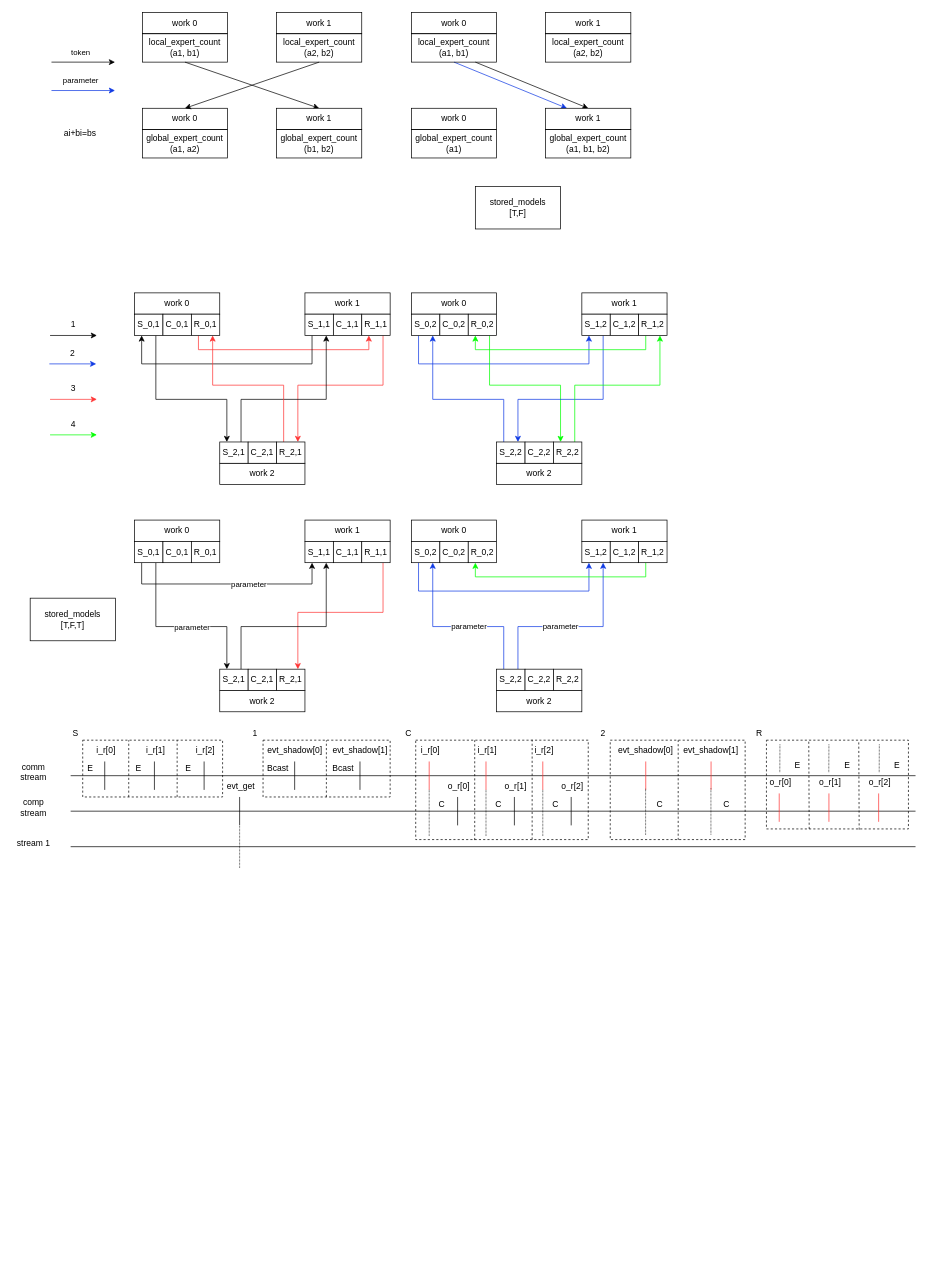
htliang25/picture keeps this draw.io diagram as page "第 3 页" (3 of 3) of Untitled Diagram.drawio. Above is the earlier version. Source tidied: cells renumbered, new cells numbered last; positions are measured from the earlier drawing's top-left corner, leaving out a move shared by most shapes. Both pictures are drawn from the tidied source at 71%, with x=0, y=0 at pixel (12, 12).
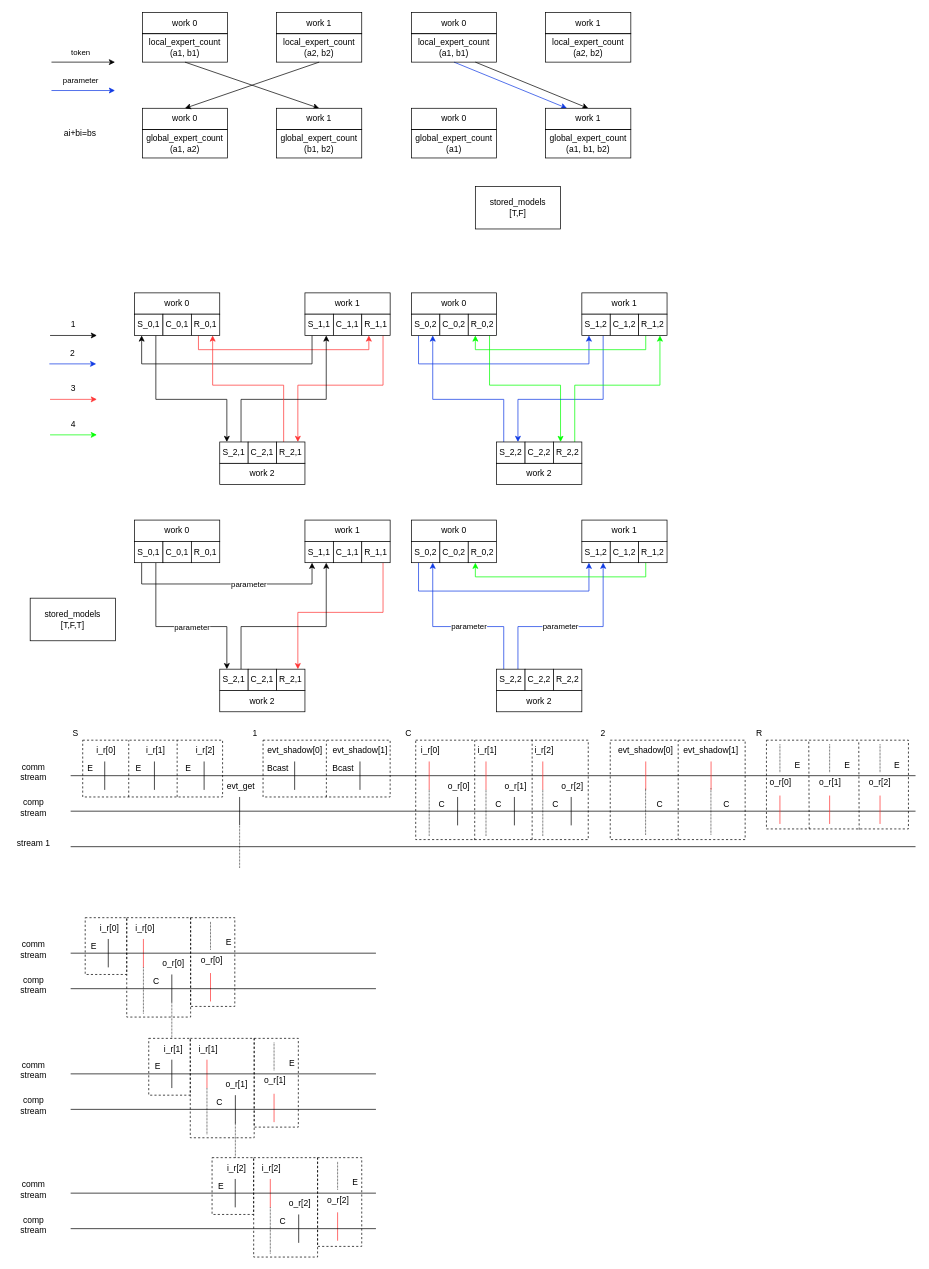
Above is the later version.

What changed in the source:
```diff
@@
+    <mxCell id="188" style="rounded=0;whiteSpace=wrap;html=1;labelBackgroundColor=none;fillColor=none;dashed=1;" parent="1" vertex="1">
+      <mxGeometry x="250.5" y="1445" width="90" height="140" as="geometry" />
+    </mxCell>
+    <mxCell id="189" style="rounded=0;whiteSpace=wrap;html=1;labelBackgroundColor=none;fillColor=none;dashed=1;" parent="1" vertex="1">
+      <mxGeometry x="192" y="1445" width="58.5" height="80" as="geometry" />
+    </mxCell>
+    <mxCell id="178" style="rounded=0;whiteSpace=wrap;html=1;labelBackgroundColor=none;fillColor=none;dashed=1;" parent="1" vertex="1">
+      <mxGeometry x="1062" y="1025" width="200" height="125" as="geometry" />
+    </mxCell>
+    <mxCell id="172" style="rounded=0;whiteSpace=wrap;html=1;labelBackgroundColor=none;fillColor=none;dashed=1;" parent="1" vertex="1">
+      <mxGeometry x="568" y="1025" width="243" height="140" as="geometry" />
+    </mxCell>
+    <mxCell id="170" style="rounded=0;whiteSpace=wrap;html=1;labelBackgroundColor=none;fillColor=none;dashed=1;" parent="1" vertex="1">
+      <mxGeometry x="99" y="1025" width="197" height="80" as="geometry" />
+    </mxCell>
@@
     <mxCell id="135" style="endArrow=none;html=1;rounded=0;strokeColor=#FF3333;" parent="1" edge="1">
       <mxGeometry relative="1" as="geometry">
-        <mxPoint x="1080" y="1140" as="sourcePoint" />
-        <mxPoint x="1080" y="1100" as="targetPoint" />
+        <mxPoint x="1081" y="1143" as="sourcePoint" />
+        <mxPoint x="1081" y="1103" as="targetPoint" />
       </mxGeometry>
     </mxCell>
@@
     <mxCell id="137" style="endArrow=none;html=1;rounded=0;strokeColor=#FF3333;" parent="1" edge="1">
       <mxGeometry relative="1" as="geometry">
-        <mxPoint x="1150" y="1140" as="sourcePoint" />
-        <mxPoint x="1150" y="1100" as="targetPoint" />
+        <mxPoint x="1151" y="1143" as="sourcePoint" />
+        <mxPoint x="1151" y="1103" as="targetPoint" />
       </mxGeometry>
     </mxCell>
@@
     <mxCell id="139" style="endArrow=none;html=1;rounded=0;strokeColor=#FF3333;" parent="1" edge="1">
       <mxGeometry relative="1" as="geometry">
-        <mxPoint x="1220" y="1140" as="sourcePoint" />
-        <mxPoint x="1220" y="1100" as="targetPoint" />
+        <mxPoint x="1222" y="1143" as="sourcePoint" />
+        <mxPoint x="1222" y="1103" as="targetPoint" />
       </mxGeometry>
     </mxCell>
@@
     <mxCell id="143" style="endArrow=none;dashed=1;html=1;rounded=0;strokeColor=#000000;dashPattern=1 1;" parent="1" edge="1">
       <mxGeometry relative="1" as="geometry">
-        <mxPoint x="1080.8" y="1070" as="sourcePoint" />
+        <mxPoint x="1081" y="1070" as="sourcePoint" />
         <mxPoint x="1081" y="1030" as="targetPoint" />
       </mxGeometry>
     </mxCell>
     <mxCell id="144" style="endArrow=none;dashed=1;html=1;rounded=0;strokeColor=#000000;dashPattern=1 1;" parent="1" edge="1">
       <mxGeometry relative="1" as="geometry">
-        <mxPoint x="1149.8" y="1070" as="sourcePoint" />
-        <mxPoint x="1150" y="1030" as="targetPoint" />
+        <mxPoint x="1151" y="1070" as="sourcePoint" />
+        <mxPoint x="1151" y="1030" as="targetPoint" />
       </mxGeometry>
     </mxCell>
     <mxCell id="145" style="endArrow=none;dashed=1;html=1;rounded=0;strokeColor=#000000;dashPattern=1 1;" parent="1" edge="1">
       <mxGeometry relative="1" as="geometry">
-        <mxPoint x="1220.8" y="1070" as="sourcePoint" />
-        <mxPoint x="1221" y="1030" as="targetPoint" />
+        <mxPoint x="1222" y="1070" as="sourcePoint" />
+        <mxPoint x="1222" y="1030" as="targetPoint" />
       </mxGeometry>
     </mxCell>
@@
-    <mxCell id="170" style="rounded=0;whiteSpace=wrap;html=1;labelBackgroundColor=none;fillColor=none;dashed=1;" parent="1" vertex="1">
-      <mxGeometry x="99" y="1025" width="197" height="80" as="geometry" />
-    </mxCell>
@@
-    <mxCell id="172" style="rounded=0;whiteSpace=wrap;html=1;labelBackgroundColor=none;fillColor=none;dashed=1;" parent="1" vertex="1">
-      <mxGeometry x="568" y="1025" width="243" height="140" as="geometry" />
-    </mxCell>
@@
-    <mxCell id="178" style="rounded=0;whiteSpace=wrap;html=1;labelBackgroundColor=none;fillColor=none;dashed=1;" parent="1" vertex="1">
-      <mxGeometry x="1062" y="1025" width="200" height="125" as="geometry" />
-    </mxCell>
@@
+    <mxCell id="190" style="endArrow=none;html=1;rounded=0;strokeColor=#000000;" parent="1" edge="1">
+      <mxGeometry relative="1" as="geometry">
+        <mxPoint x="224.5" y="1515" as="sourcePoint" />
+        <mxPoint x="224.5" y="1475" as="targetPoint" />
+      </mxGeometry>
+    </mxCell>
+    <mxCell id="191" value="i_r[1]" style="text;html=1;strokeColor=none;fillColor=none;align=center;verticalAlign=middle;whiteSpace=wrap;rounded=0;labelBackgroundColor=none;" parent="1" vertex="1">
+      <mxGeometry x="196.5" y="1445" width="60" height="30" as="geometry" />
+    </mxCell>
+    <mxCell id="192" value="E" style="text;html=1;strokeColor=none;fillColor=none;align=center;verticalAlign=middle;whiteSpace=wrap;rounded=0;labelBackgroundColor=none;" parent="1" vertex="1">
+      <mxGeometry x="198.5" y="1475" width="12" height="20" as="geometry" />
+    </mxCell>
+    <mxCell id="193" style="endArrow=none;html=1;rounded=0;strokeColor=#000000;" parent="1" edge="1">
+      <mxGeometry relative="1" as="geometry">
+        <mxPoint x="314" y="1565" as="sourcePoint" />
+        <mxPoint x="314" y="1525" as="targetPoint" />
+      </mxGeometry>
+    </mxCell>
+    <mxCell id="194" value="o_r[1]" style="text;html=1;strokeColor=none;fillColor=none;align=center;verticalAlign=middle;whiteSpace=wrap;rounded=0;labelBackgroundColor=none;" parent="1" vertex="1">
+      <mxGeometry x="286" y="1495" width="60" height="30" as="geometry" />
+    </mxCell>
+    <mxCell id="195" style="endArrow=none;html=1;rounded=0;strokeColor=#FF3333;" parent="1" edge="1">
+      <mxGeometry relative="1" as="geometry">
+        <mxPoint x="274" y="1515" as="sourcePoint" />
+        <mxPoint x="274" y="1475" as="targetPoint" />
+      </mxGeometry>
+    </mxCell>
+    <mxCell id="196" value="i_r[1]" style="text;html=1;strokeColor=none;fillColor=none;align=center;verticalAlign=middle;whiteSpace=wrap;rounded=0;labelBackgroundColor=none;" parent="1" vertex="1">
+      <mxGeometry x="246" y="1445" width="60" height="30" as="geometry" />
+    </mxCell>
+    <mxCell id="197" value="C" style="text;html=1;strokeColor=none;fillColor=none;align=center;verticalAlign=middle;whiteSpace=wrap;rounded=0;labelBackgroundColor=none;" parent="1" vertex="1">
+      <mxGeometry x="286" y="1525" width="12" height="20" as="geometry" />
+    </mxCell>
+    <mxCell id="198" style="endArrow=none;dashed=1;html=1;rounded=0;strokeColor=#000000;dashPattern=1 1;" parent="1" edge="1">
+      <mxGeometry relative="1" as="geometry">
+        <mxPoint x="274" y="1580" as="sourcePoint" />
+        <mxPoint x="274" y="1515" as="targetPoint" />
+      </mxGeometry>
+    </mxCell>
+    <mxCell id="199" style="rounded=0;whiteSpace=wrap;html=1;labelBackgroundColor=none;fillColor=none;dashed=1;" parent="1" vertex="1">
+      <mxGeometry x="340.5" y="1445" width="62.2" height="125" as="geometry" />
+    </mxCell>
+    <mxCell id="200" style="endArrow=none;html=1;rounded=0;strokeColor=#FF3333;" parent="1" edge="1">
+      <mxGeometry relative="1" as="geometry">
+        <mxPoint x="368.5" y="1563" as="sourcePoint" />
+        <mxPoint x="368.5" y="1523" as="targetPoint" />
+      </mxGeometry>
+    </mxCell>
+    <mxCell id="201" value="o_r[1]" style="text;html=1;strokeColor=none;fillColor=none;align=center;verticalAlign=middle;whiteSpace=wrap;rounded=0;labelBackgroundColor=none;" parent="1" vertex="1">
+      <mxGeometry x="340" y="1490" width="60" height="30" as="geometry" />
+    </mxCell>
+    <mxCell id="202" style="endArrow=none;dashed=1;html=1;rounded=0;strokeColor=#000000;dashPattern=1 1;" parent="1" edge="1">
+      <mxGeometry relative="1" as="geometry">
+        <mxPoint x="368.5" y="1490" as="sourcePoint" />
+        <mxPoint x="368.5" y="1450" as="targetPoint" />
+      </mxGeometry>
+    </mxCell>
+    <mxCell id="203" value="E" style="text;html=1;strokeColor=none;fillColor=none;align=center;verticalAlign=middle;whiteSpace=wrap;rounded=0;labelBackgroundColor=none;" parent="1" vertex="1">
+      <mxGeometry x="388" y="1470" width="12" height="20" as="geometry" />
+    </mxCell>
+    <mxCell id="204" style="rounded=0;whiteSpace=wrap;html=1;labelBackgroundColor=none;fillColor=none;dashed=1;" parent="1" vertex="1">
+      <mxGeometry x="161" y="1275" width="90" height="140" as="geometry" />
+    </mxCell>
+    <mxCell id="205" style="rounded=0;whiteSpace=wrap;html=1;labelBackgroundColor=none;fillColor=none;dashed=1;" parent="1" vertex="1">
+      <mxGeometry x="102.5" y="1275" width="58.5" height="80" as="geometry" />
+    </mxCell>
+    <mxCell id="206" style="endArrow=none;html=1;rounded=0;strokeColor=#000000;" parent="1" edge="1">
+      <mxGeometry relative="1" as="geometry">
+        <mxPoint x="135" y="1345" as="sourcePoint" />
+        <mxPoint x="135" y="1305" as="targetPoint" />
+      </mxGeometry>
+    </mxCell>
+    <mxCell id="207" value="i_r[0]" style="text;html=1;strokeColor=none;fillColor=none;align=center;verticalAlign=middle;whiteSpace=wrap;rounded=0;labelBackgroundColor=none;" parent="1" vertex="1">
+      <mxGeometry x="107" y="1275" width="60" height="30" as="geometry" />
+    </mxCell>
+    <mxCell id="208" value="E" style="text;html=1;strokeColor=none;fillColor=none;align=center;verticalAlign=middle;whiteSpace=wrap;rounded=0;labelBackgroundColor=none;" parent="1" vertex="1">
+      <mxGeometry x="109" y="1305" width="12" height="20" as="geometry" />
+    </mxCell>
+    <mxCell id="209" style="endArrow=none;html=1;rounded=0;strokeColor=#000000;" parent="1" edge="1">
+      <mxGeometry relative="1" as="geometry">
+        <mxPoint x="224.5" y="1395" as="sourcePoint" />
+        <mxPoint x="224.5" y="1355" as="targetPoint" />
+      </mxGeometry>
+    </mxCell>
+    <mxCell id="210" value="o_r[0]" style="text;html=1;strokeColor=none;fillColor=none;align=center;verticalAlign=middle;whiteSpace=wrap;rounded=0;labelBackgroundColor=none;" parent="1" vertex="1">
+      <mxGeometry x="196.5" y="1325" width="60" height="30" as="geometry" />
+    </mxCell>
+    <mxCell id="211" style="endArrow=none;html=1;rounded=0;strokeColor=#FF3333;" parent="1" edge="1">
+      <mxGeometry relative="1" as="geometry">
+        <mxPoint x="184.5" y="1345" as="sourcePoint" />
+        <mxPoint x="184.5" y="1305" as="targetPoint" />
+      </mxGeometry>
+    </mxCell>
+    <mxCell id="212" value="i_r[0]" style="text;html=1;strokeColor=none;fillColor=none;align=center;verticalAlign=middle;whiteSpace=wrap;rounded=0;labelBackgroundColor=none;" parent="1" vertex="1">
+      <mxGeometry x="156.5" y="1275" width="60" height="30" as="geometry" />
+    </mxCell>
+    <mxCell id="213" value="C" style="text;html=1;strokeColor=none;fillColor=none;align=center;verticalAlign=middle;whiteSpace=wrap;rounded=0;labelBackgroundColor=none;" parent="1" vertex="1">
+      <mxGeometry x="196.5" y="1355" width="12" height="20" as="geometry" />
+    </mxCell>
+    <mxCell id="214" style="endArrow=none;dashed=1;html=1;rounded=0;strokeColor=#000000;dashPattern=1 1;" parent="1" edge="1">
+      <mxGeometry relative="1" as="geometry">
+        <mxPoint x="184.5" y="1410" as="sourcePoint" />
+        <mxPoint x="184.5" y="1345" as="targetPoint" />
+      </mxGeometry>
+    </mxCell>
+    <mxCell id="215" style="rounded=0;whiteSpace=wrap;html=1;labelBackgroundColor=none;fillColor=none;dashed=1;" parent="1" vertex="1">
+      <mxGeometry x="251" y="1275" width="62.2" height="125" as="geometry" />
+    </mxCell>
+    <mxCell id="216" style="endArrow=none;html=1;rounded=0;strokeColor=#FF3333;" parent="1" edge="1">
+      <mxGeometry relative="1" as="geometry">
+        <mxPoint x="279" y="1393" as="sourcePoint" />
+        <mxPoint x="279" y="1353" as="targetPoint" />
+      </mxGeometry>
+    </mxCell>
+    <mxCell id="217" value="o_r[0]" style="text;html=1;strokeColor=none;fillColor=none;align=center;verticalAlign=middle;whiteSpace=wrap;rounded=0;labelBackgroundColor=none;" parent="1" vertex="1">
+      <mxGeometry x="250.5" y="1320" width="60" height="30" as="geometry" />
+    </mxCell>
+    <mxCell id="218" style="endArrow=none;dashed=1;html=1;rounded=0;strokeColor=#000000;dashPattern=1 1;" parent="1" edge="1">
+      <mxGeometry relative="1" as="geometry">
+        <mxPoint x="279" y="1320" as="sourcePoint" />
+        <mxPoint x="279" y="1280" as="targetPoint" />
+      </mxGeometry>
+    </mxCell>
+    <mxCell id="219" value="E" style="text;html=1;strokeColor=none;fillColor=none;align=center;verticalAlign=middle;whiteSpace=wrap;rounded=0;labelBackgroundColor=none;" parent="1" vertex="1">
+      <mxGeometry x="298.5" y="1300" width="12" height="20" as="geometry" />
+    </mxCell>
+    <mxCell id="220" style="rounded=0;whiteSpace=wrap;html=1;labelBackgroundColor=none;fillColor=none;dashed=1;" parent="1" vertex="1">
+      <mxGeometry x="339.8" y="1613" width="90" height="140" as="geometry" />
+    </mxCell>
+    <mxCell id="221" style="rounded=0;whiteSpace=wrap;html=1;labelBackgroundColor=none;fillColor=none;dashed=1;" parent="1" vertex="1">
+      <mxGeometry x="281.2" y="1613" width="58.5" height="80" as="geometry" />
+    </mxCell>
+    <mxCell id="222" style="endArrow=none;html=1;rounded=0;strokeColor=#000000;" parent="1" edge="1">
+      <mxGeometry relative="1" as="geometry">
+        <mxPoint x="313.8" y="1683" as="sourcePoint" />
+        <mxPoint x="313.8" y="1643" as="targetPoint" />
+      </mxGeometry>
+    </mxCell>
+    <mxCell id="223" value="i_r[2]" style="text;html=1;strokeColor=none;fillColor=none;align=center;verticalAlign=middle;whiteSpace=wrap;rounded=0;labelBackgroundColor=none;" parent="1" vertex="1">
+      <mxGeometry x="285.8" y="1613" width="60" height="30" as="geometry" />
+    </mxCell>
+    <mxCell id="224" value="E" style="text;html=1;strokeColor=none;fillColor=none;align=center;verticalAlign=middle;whiteSpace=wrap;rounded=0;labelBackgroundColor=none;" parent="1" vertex="1">
+      <mxGeometry x="287.8" y="1643" width="12" height="20" as="geometry" />
+    </mxCell>
+    <mxCell id="225" style="endArrow=none;html=1;rounded=0;strokeColor=#000000;" parent="1" edge="1">
+      <mxGeometry relative="1" as="geometry">
+        <mxPoint x="403.2" y="1733" as="sourcePoint" />
+        <mxPoint x="403.2" y="1693" as="targetPoint" />
+      </mxGeometry>
+    </mxCell>
+    <mxCell id="226" value="o_r[2]" style="text;html=1;strokeColor=none;fillColor=none;align=center;verticalAlign=middle;whiteSpace=wrap;rounded=0;labelBackgroundColor=none;" parent="1" vertex="1">
+      <mxGeometry x="375.2" y="1663" width="60" height="30" as="geometry" />
+    </mxCell>
+    <mxCell id="227" style="endArrow=none;html=1;rounded=0;strokeColor=#FF3333;" parent="1" edge="1">
+      <mxGeometry relative="1" as="geometry">
+        <mxPoint x="363.2" y="1683" as="sourcePoint" />
+        <mxPoint x="363.2" y="1643" as="targetPoint" />
+      </mxGeometry>
+    </mxCell>
+    <mxCell id="228" value="i_r[2]" style="text;html=1;strokeColor=none;fillColor=none;align=center;verticalAlign=middle;whiteSpace=wrap;rounded=0;labelBackgroundColor=none;" parent="1" vertex="1">
+      <mxGeometry x="335.2" y="1613" width="60" height="30" as="geometry" />
+    </mxCell>
+    <mxCell id="229" value="C" style="text;html=1;strokeColor=none;fillColor=none;align=center;verticalAlign=middle;whiteSpace=wrap;rounded=0;labelBackgroundColor=none;" parent="1" vertex="1">
+      <mxGeometry x="375.2" y="1693" width="12" height="20" as="geometry" />
+    </mxCell>
+    <mxCell id="230" style="endArrow=none;dashed=1;html=1;rounded=0;strokeColor=#000000;dashPattern=1 1;" parent="1" edge="1">
+      <mxGeometry relative="1" as="geometry">
+        <mxPoint x="363.2" y="1748" as="sourcePoint" />
+        <mxPoint x="363.2" y="1683" as="targetPoint" />
+      </mxGeometry>
+    </mxCell>
+    <mxCell id="231" style="rounded=0;whiteSpace=wrap;html=1;labelBackgroundColor=none;fillColor=none;dashed=1;" parent="1" vertex="1">
+      <mxGeometry x="429.8" y="1613" width="62.2" height="125" as="geometry" />
+    </mxCell>
+    <mxCell id="232" style="endArrow=none;html=1;rounded=0;strokeColor=#FF3333;" parent="1" edge="1">
+      <mxGeometry relative="1" as="geometry">
+        <mxPoint x="458" y="1730" as="sourcePoint" />
+        <mxPoint x="458" y="1690" as="targetPoint" />
+      </mxGeometry>
+    </mxCell>
+    <mxCell id="233" value="o_r[2]" style="text;html=1;strokeColor=none;fillColor=none;align=center;verticalAlign=middle;whiteSpace=wrap;rounded=0;labelBackgroundColor=none;" parent="1" vertex="1">
+      <mxGeometry x="429.2" y="1658" width="60" height="30" as="geometry" />
+    </mxCell>
+    <mxCell id="234" style="endArrow=none;dashed=1;html=1;rounded=0;strokeColor=#000000;dashPattern=1 1;" parent="1" edge="1">
+      <mxGeometry relative="1" as="geometry">
+        <mxPoint x="458" y="1658" as="sourcePoint" />
+        <mxPoint x="458" y="1618" as="targetPoint" />
+      </mxGeometry>
+    </mxCell>
+    <mxCell id="235" value="E" style="text;html=1;strokeColor=none;fillColor=none;align=center;verticalAlign=middle;whiteSpace=wrap;rounded=0;labelBackgroundColor=none;" parent="1" vertex="1">
+      <mxGeometry x="477.2" y="1638" width="12" height="20" as="geometry" />
+    </mxCell>
+    <mxCell id="236" style="endArrow=none;html=1;rounded=0;strokeColor=#000000;" parent="1" edge="1">
+      <mxGeometry relative="1" as="geometry">
+        <mxPoint x="82" y="1325" as="sourcePoint" />
+        <mxPoint x="512" y="1325" as="targetPoint" />
+      </mxGeometry>
+    </mxCell>
+    <mxCell id="237" value="comm&lt;br&gt;stream" style="text;html=1;strokeColor=none;fillColor=none;align=center;verticalAlign=middle;whiteSpace=wrap;rounded=0;labelBackgroundColor=none;" parent="1" vertex="1">
+      <mxGeometry y="1305" width="60" height="30" as="geometry" />
+    </mxCell>
+    <mxCell id="238" style="endArrow=none;html=1;rounded=0;strokeColor=#000000;" parent="1" edge="1">
+      <mxGeometry relative="1" as="geometry">
+        <mxPoint x="82" y="1375" as="sourcePoint" />
+        <mxPoint x="512" y="1375" as="targetPoint" />
+      </mxGeometry>
+    </mxCell>
+    <mxCell id="239" value="comp&lt;br&gt;stream" style="text;html=1;strokeColor=none;fillColor=none;align=center;verticalAlign=middle;whiteSpace=wrap;rounded=0;labelBackgroundColor=none;" parent="1" vertex="1">
+      <mxGeometry y="1355" width="60" height="30" as="geometry" />
+    </mxCell>
+    <mxCell id="240" style="endArrow=none;dashed=1;html=1;rounded=0;strokeColor=#000000;dashPattern=1 1;" parent="1" edge="1">
+      <mxGeometry relative="1" as="geometry">
+        <mxPoint x="224.5" y="1445" as="sourcePoint" />
+        <mxPoint x="224.5" y="1395" as="targetPoint" />
+      </mxGeometry>
+    </mxCell>
+    <mxCell id="241" style="endArrow=none;dashed=1;html=1;rounded=0;strokeColor=#000000;dashPattern=1 1;" parent="1" edge="1">
+      <mxGeometry relative="1" as="geometry">
+        <mxPoint x="314" y="1613" as="sourcePoint" />
+        <mxPoint x="314" y="1563" as="targetPoint" />
+      </mxGeometry>
+    </mxCell>
+    <mxCell id="242" style="endArrow=none;html=1;rounded=0;strokeColor=#000000;" parent="1" edge="1">
+      <mxGeometry relative="1" as="geometry">
+        <mxPoint x="82" y="1495" as="sourcePoint" />
+        <mxPoint x="512" y="1495" as="targetPoint" />
+      </mxGeometry>
+    </mxCell>
+    <mxCell id="243" value="comm&lt;br&gt;stream" style="text;html=1;strokeColor=none;fillColor=none;align=center;verticalAlign=middle;whiteSpace=wrap;rounded=0;labelBackgroundColor=none;" parent="1" vertex="1">
+      <mxGeometry y="1475" width="60" height="30" as="geometry" />
+    </mxCell>
+    <mxCell id="244" style="endArrow=none;html=1;rounded=0;strokeColor=#000000;" parent="1" edge="1">
+      <mxGeometry relative="1" as="geometry">
+        <mxPoint x="82" y="1545" as="sourcePoint" />
+        <mxPoint x="512" y="1545" as="targetPoint" />
+      </mxGeometry>
+    </mxCell>
+    <mxCell id="245" value="comp&lt;br&gt;stream" style="text;html=1;strokeColor=none;fillColor=none;align=center;verticalAlign=middle;whiteSpace=wrap;rounded=0;labelBackgroundColor=none;" parent="1" vertex="1">
+      <mxGeometry y="1525" width="60" height="30" as="geometry" />
+    </mxCell>
+    <mxCell id="246" style="endArrow=none;html=1;rounded=0;strokeColor=#000000;" parent="1" edge="1">
+      <mxGeometry relative="1" as="geometry">
+        <mxPoint x="82" y="1663" as="sourcePoint" />
+        <mxPoint x="512" y="1663" as="targetPoint" />
+      </mxGeometry>
+    </mxCell>
+    <mxCell id="247" value="comm&lt;br&gt;stream" style="text;html=1;strokeColor=none;fillColor=none;align=center;verticalAlign=middle;whiteSpace=wrap;rounded=0;labelBackgroundColor=none;" parent="1" vertex="1">
+      <mxGeometry y="1643" width="60" height="30" as="geometry" />
+    </mxCell>
+    <mxCell id="248" style="endArrow=none;html=1;rounded=0;strokeColor=#000000;" parent="1" edge="1">
+      <mxGeometry relative="1" as="geometry">
+        <mxPoint x="82" y="1713" as="sourcePoint" />
+        <mxPoint x="512" y="1713" as="targetPoint" />
+      </mxGeometry>
+    </mxCell>
+    <mxCell id="249" value="comp&lt;br&gt;stream" style="text;html=1;strokeColor=none;fillColor=none;align=center;verticalAlign=middle;whiteSpace=wrap;rounded=0;labelBackgroundColor=none;" parent="1" vertex="1">
+      <mxGeometry y="1693" width="60" height="30" as="geometry" />
+    </mxCell>
```
